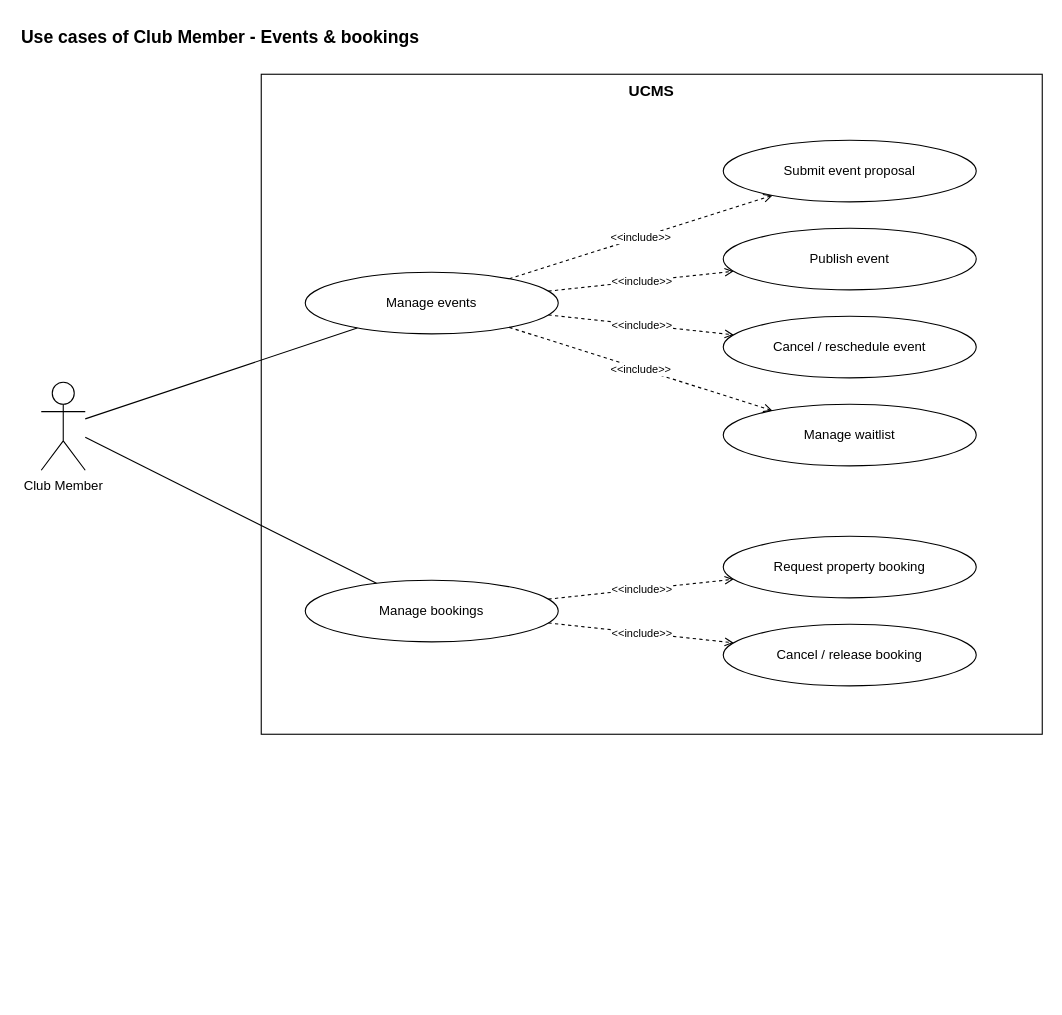
Above: page "Club Member 2 - Events & bookings" (5 of 9) of docs/03-diagrams/UCMS_UseCase_ByActor.drawio in nvdekay/ClubManagementSystem (draw.io), before the change. Source tidied: cells renumbered, new cells numbered last; positions are measured from the earlier drawing's top-left corner, leaving out a move shared by most shapes. Both pictures are drawn from the tidied source at 110%, with x=0, y=0 at pixel (19, 19).
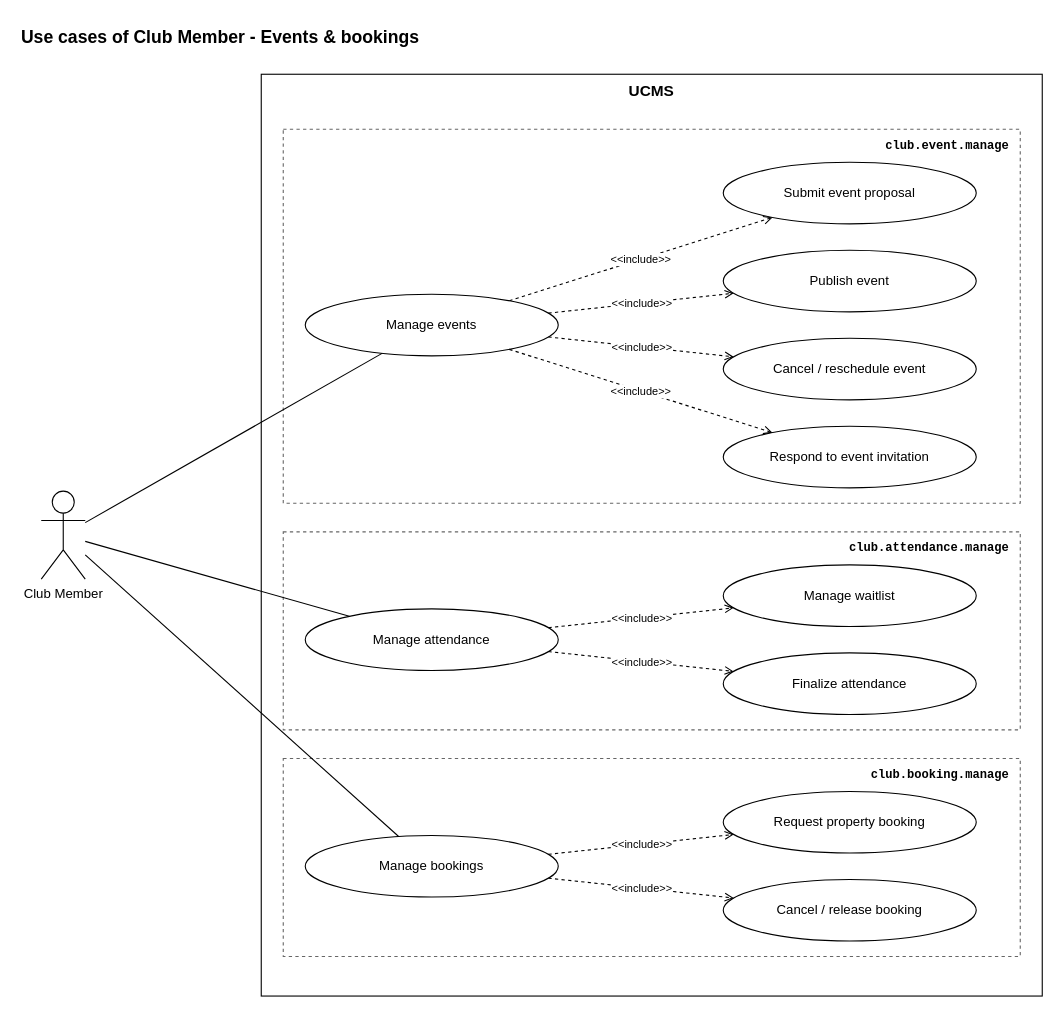
The same diagram, later.

What changed in the source:
```diff
@@
     <mxCell id="3" value="UCMS" style="rounded=0;whiteSpace=wrap;html=1;fillColor=none;strokeColor=#000000;verticalAlign=top;fontStyle=1;fontSize=14;" parent="1" vertex="1">
-      <mxGeometry x="220" y="50" width="710" height="600" as="geometry" />
+      <mxGeometry x="220" y="50" width="710" height="838" as="geometry" />
     </mxCell>
     <mxCell id="4" value="Club Member" style="shape=umlActor;verticalLabelPosition=bottom;verticalAlign=top;html=1;outlineConnect=0;fillColor=#ffffff;strokeColor=#000000;" parent="1" vertex="1">
-      <mxGeometry x="20" y="330" width="40" height="80" as="geometry" />
+      <mxGeometry x="20" y="429" width="40" height="80" as="geometry" />
     </mxCell>
+    <mxCell id="21" value="club.event.manage" style="rounded=0;whiteSpace=wrap;html=1;fillColor=none;strokeColor=#666666;dashed=1;verticalAlign=top;align=right;spacingRight=8;spacingTop=2;fontSize=11;fontFamily=Courier New;fontStyle=1;" parent="1" vertex="1">
+      <mxGeometry x="240" y="100" width="670" height="340" as="geometry" />
+    </mxCell>
+    <mxCell id="22" value="club.attendance.manage" style="rounded=0;whiteSpace=wrap;html=1;fillColor=none;strokeColor=#666666;dashed=1;verticalAlign=top;align=right;spacingRight=8;spacingTop=2;fontSize=11;fontFamily=Courier New;fontStyle=1;" parent="1" vertex="1">
+      <mxGeometry x="240" y="466" width="670" height="180" as="geometry" />
+    </mxCell>
+    <mxCell id="23" value="club.booking.manage" style="rounded=0;whiteSpace=wrap;html=1;fillColor=none;strokeColor=#666666;dashed=1;verticalAlign=top;align=right;spacingRight=8;spacingTop=2;fontSize=11;fontFamily=Courier New;fontStyle=1;" parent="1" vertex="1">
+      <mxGeometry x="240" y="672" width="670" height="180" as="geometry" />
+    </mxCell>
     <mxCell id="5" value="Manage events" style="ellipse;whiteSpace=wrap;html=1;fillColor=#ffffff;strokeColor=#000000;fontSize=12;" parent="1" vertex="1">
-      <mxGeometry x="260" y="230" width="230" height="56" as="geometry" />
+      <mxGeometry x="260" y="250" width="230" height="56" as="geometry" />
     </mxCell>
@@
     <mxCell id="7" value="Submit event proposal" style="ellipse;whiteSpace=wrap;html=1;fillColor=#ffffff;strokeColor=#000000;fontSize=12;" parent="1" vertex="1">
-      <mxGeometry x="640" y="110" width="230" height="56" as="geometry" />
+      <mxGeometry x="640" y="130" width="230" height="56" as="geometry" />
     </mxCell>
@@
     <mxCell id="9" value="Publish event" style="ellipse;whiteSpace=wrap;html=1;fillColor=#ffffff;strokeColor=#000000;fontSize=12;" parent="1" vertex="1">
-      <mxGeometry x="640" y="190" width="230" height="56" as="geometry" />
+      <mxGeometry x="640" y="210" width="230" height="56" as="geometry" />
     </mxCell>
@@
     <mxCell id="11" value="Cancel / reschedule event" style="ellipse;whiteSpace=wrap;html=1;fillColor=#ffffff;strokeColor=#000000;fontSize=12;" parent="1" vertex="1">
-      <mxGeometry x="640" y="270" width="230" height="56" as="geometry" />
+      <mxGeometry x="640" y="290" width="230" height="56" as="geometry" />
     </mxCell>
@@
-    <mxCell id="13" value="Manage waitlist" style="ellipse;whiteSpace=wrap;html=1;fillColor=#ffffff;strokeColor=#000000;fontSize=12;" parent="1" vertex="1">
-      <mxGeometry x="640" y="350" width="230" height="56" as="geometry" />
+    <mxCell id="13" value="Respond to event invitation" style="ellipse;whiteSpace=wrap;html=1;fillColor=#ffffff;strokeColor=#000000;fontSize=12;" parent="1" vertex="1">
+      <mxGeometry x="640" y="370" width="230" height="56" as="geometry" />
     </mxCell>
@@
-    <mxCell id="15" value="Manage bookings" style="ellipse;whiteSpace=wrap;html=1;fillColor=#ffffff;strokeColor=#000000;fontSize=12;" parent="1" vertex="1">
-      <mxGeometry x="260" y="510" width="230" height="56" as="geometry" />
+    <mxCell id="15" value="Manage attendance" style="ellipse;whiteSpace=wrap;html=1;fillColor=#ffffff;strokeColor=#000000;fontSize=12;" parent="1" vertex="1">
+      <mxGeometry x="260" y="536" width="230" height="56" as="geometry" />
     </mxCell>
@@
-    <mxCell id="17" value="Request property booking" style="ellipse;whiteSpace=wrap;html=1;fillColor=#ffffff;strokeColor=#000000;fontSize=12;" parent="1" vertex="1">
-      <mxGeometry x="640" y="470" width="230" height="56" as="geometry" />
+    <mxCell id="17" value="Manage waitlist" style="ellipse;whiteSpace=wrap;html=1;fillColor=#ffffff;strokeColor=#000000;fontSize=12;" parent="1" vertex="1">
+      <mxGeometry x="640" y="496" width="230" height="56" as="geometry" />
     </mxCell>
@@
-    <mxCell id="19" value="Cancel / release booking" style="ellipse;whiteSpace=wrap;html=1;fillColor=#ffffff;strokeColor=#000000;fontSize=12;" parent="1" vertex="1">
-      <mxGeometry x="640" y="550" width="230" height="56" as="geometry" />
+    <mxCell id="19" value="Finalize attendance" style="ellipse;whiteSpace=wrap;html=1;fillColor=#ffffff;strokeColor=#000000;fontSize=12;" parent="1" vertex="1">
+      <mxGeometry x="640" y="576" width="230" height="56" as="geometry" />
     </mxCell>
@@
+    <mxCell id="24" value="Manage bookings" style="ellipse;whiteSpace=wrap;html=1;fillColor=#ffffff;strokeColor=#000000;fontSize=12;" parent="1" vertex="1">
+      <mxGeometry x="260" y="742" width="230" height="56" as="geometry" />
+    </mxCell>
+    <mxCell id="25" style="endArrow=none;html=1;strokeColor=#000000;" parent="1" edge="1" source="4" target="24">
+      <mxGeometry relative="1" as="geometry" />
+    </mxCell>
+    <mxCell id="26" value="Request property booking" style="ellipse;whiteSpace=wrap;html=1;fillColor=#ffffff;strokeColor=#000000;fontSize=12;" parent="1" vertex="1">
+      <mxGeometry x="640" y="702" width="230" height="56" as="geometry" />
+    </mxCell>
+    <mxCell id="27" value="&amp;lt;&amp;lt;include&amp;gt;&amp;gt;" style="endArrow=open;dashed=1;html=1;strokeColor=#000000;fontSize=10;labelBackgroundColor=#ffffff;" parent="1" edge="1" source="24" target="26">
+      <mxGeometry relative="1" as="geometry" />
+    </mxCell>
+    <mxCell id="28" value="Cancel / release booking" style="ellipse;whiteSpace=wrap;html=1;fillColor=#ffffff;strokeColor=#000000;fontSize=12;" parent="1" vertex="1">
+      <mxGeometry x="640" y="782" width="230" height="56" as="geometry" />
+    </mxCell>
+    <mxCell id="29" value="&amp;lt;&amp;lt;include&amp;gt;&amp;gt;" style="endArrow=open;dashed=1;html=1;strokeColor=#000000;fontSize=10;labelBackgroundColor=#ffffff;" parent="1" edge="1" source="24" target="28">
+      <mxGeometry relative="1" as="geometry" />
+    </mxCell>
```
